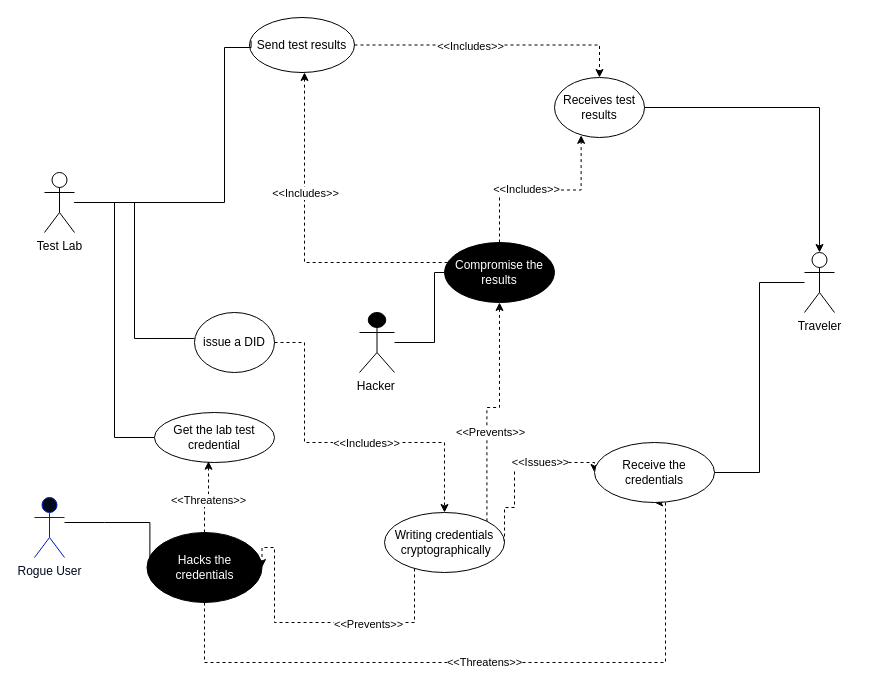
Earlier version of the draw.io diagram Untitled Diagram.drawio (danielmulangu/Equation). Source tidied: cells renumbered, new cells numbered last; positions are measured from the earlier drawing's top-left corner, leaving out a move shared by most shapes. Both pictures are drawn from the tidied source at 100%, with x=0, y=0 at pixel (34, 17).
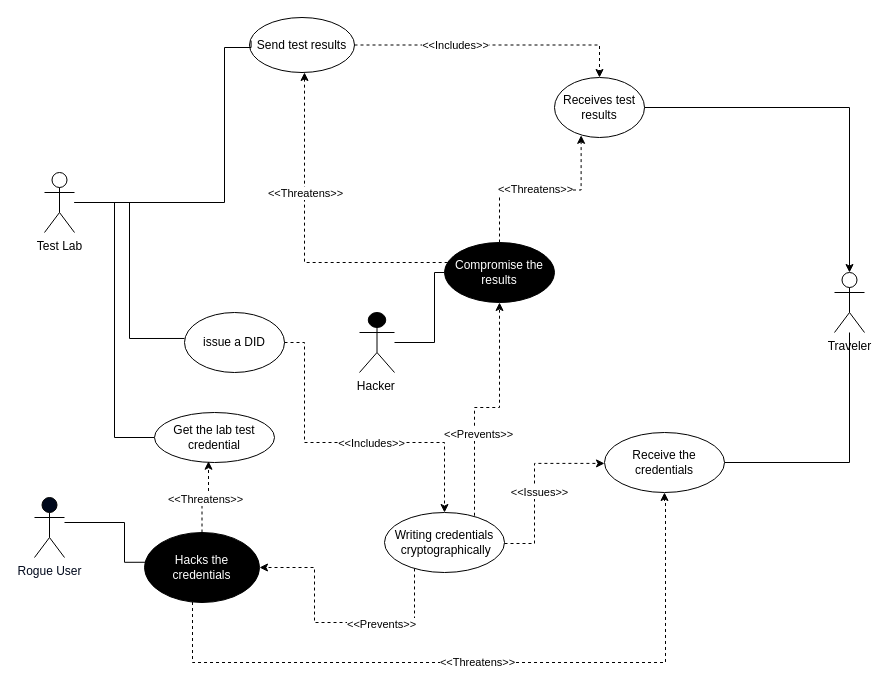
Above is the later version.

The change refers to these unchanged cells:
```xml
<mxCell id="13" value="Writing credentials &amp;nbsp;cryptographically" style="ellipse;whiteSpace=wrap;html=1;" parent="1" vertex="1">
  <mxGeometry x="350" y="495" width="120" height="60" as="geometry" />
</mxCell>
<mxCell id="27" style="edgeStyle=orthogonalEdgeStyle;rounded=0;jettySize=auto;html=1;exitX=1;exitY=0.5;exitDx=0;exitDy=0;dashed=1;" parent="1" edge="1" source="29" target="15">
  <mxGeometry relative="1" as="geometry" />
</mxCell>
<mxCell id="34" style="edgeStyle=orthogonalEdgeStyle;rounded=0;jettySize=auto;html=1;dashed=1;" parent="1" edge="1" source="36" target="29">
  <mxGeometry relative="1" as="geometry">
    <Array as="points">
      <mxPoint x="270" y="245" />
    </Array>
  </mxGeometry>
</mxCell>
<mxCell id="36" value="&lt;font color=&quot;#ffffff&quot;&gt;Compromise the results&lt;/font&gt;" style="ellipse;whiteSpace=wrap;html=1;fillColor=#000000;" parent="1" vertex="1">
  <mxGeometry x="410" y="225" width="110" height="60" as="geometry" />
</mxCell>
<mxCell id="37" style="edgeStyle=orthogonalEdgeStyle;rounded=0;jettySize=auto;html=1;entryX=0.296;entryY=0.964;entryDx=0;entryDy=0;entryPerimeter=0;dashed=1;" parent="1" edge="1" source="36" target="15">
  <mxGeometry relative="1" as="geometry" />
</mxCell>
```

Diff of the diagram source:
```diff
@@
     <mxCell id="4" value="issue a DID" style="ellipse;whiteSpace=wrap;html=1;" parent="1" vertex="1">
-      <mxGeometry x="160" y="295" width="80" height="60" as="geometry" />
+      <mxGeometry x="150" y="295" width="100" height="60" as="geometry" />
     </mxCell>
     <mxCell id="5" style="edgeStyle=orthogonalEdgeStyle;rounded=0;jettySize=auto;html=1;entryX=1;entryY=0.5;entryDx=0;entryDy=0;endArrow=none;endFill=0;" parent="1" edge="1" source="6" target="25">
-      <mxGeometry relative="1" as="geometry" />
+      <mxGeometry relative="1" as="geometry">
+        <Array as="points">
+          <mxPoint x="815" y="445" />
+        </Array>
+      </mxGeometry>
     </mxCell>
     <mxCell id="6" value="Traveler" style="shape=umlActor;verticalLabelPosition=bottom;verticalAlign=top;html=1;outlineConnect=0;" parent="1" vertex="1">
-      <mxGeometry x="770" y="235" width="30" height="60" as="geometry" />
+      <mxGeometry x="800" y="255" width="30" height="60" as="geometry" />
     </mxCell>
     <mxCell id="7" style="edgeStyle=orthogonalEdgeStyle;rounded=0;jettySize=auto;html=1;dashed=1;entryX=1;entryY=0.5;entryDx=0;entryDy=0;" parent="1" edge="1" source="13" target="22">
       <mxGeometry relative="1" as="geometry">
         <Array as="points">
           <mxPoint x="380" y="605" />
-          <mxPoint x="240" y="605" />
-          <mxPoint x="240" y="530" />
+          <mxPoint x="280" y="605" />
+          <mxPoint x="280" y="550" />
         </Array>
       </mxGeometry>
     </mxCell>
@@
-    <mxCell id="9" style="edgeStyle=orthogonalEdgeStyle;rounded=0;jettySize=auto;html=1;dashed=1;exitX=1;exitY=0.5;exitDx=0;exitDy=0;entryX=0;entryY=0.5;entryDx=0;entryDy=0;" parent="1" edge="1" source="13" target="25">
+    <mxCell id="9" style="edgeStyle=orthogonalEdgeStyle;rounded=0;orthogonalLoop=1;jettySize=auto;html=1;dashed=1;exitX=1;exitY=0.5;exitDx=0;exitDy=0;entryX=0;entryY=0.5;entryDx=0;entryDy=0;" parent="1" edge="1">
       <mxGeometry relative="1" as="geometry">
+        <mxPoint x="470" y="526" as="sourcePoint" />
+        <mxPoint x="570" y="445.9" as="targetPoint" />
         <Array as="points">
-          <mxPoint x="480" y="490" />
-          <mxPoint x="480" y="445" />
+          <mxPoint x="500" y="526" />
+          <mxPoint x="500" y="445.9" />
         </Array>
       </mxGeometry>
     </mxCell>
     <mxCell id="10" value="&amp;lt;&amp;lt;Issues&amp;gt;&amp;gt;" style="edgeLabel;html=1;align=center;verticalAlign=middle;" parent="9" vertex="1">
-      <mxGeometry x="0.28" y="1" relative="1" as="geometry" />
+      <mxGeometry x="0.28" y="1" relative="1" as="geometry">
+        <mxPoint y="30" as="offset" />
+      </mxGeometry>
     </mxCell>
     <mxCell id="11" style="edgeStyle=orthogonalEdgeStyle;rounded=0;jettySize=auto;html=1;exitX=1;exitY=0;exitDx=0;exitDy=0;entryX=0.5;entryY=1;entryDx=0;entryDy=0;dashed=1;" parent="1" edge="1" source="13" target="36">
-      <mxGeometry relative="1" as="geometry" />
+      <mxGeometry relative="1" as="geometry">
+        <Array as="points">
+          <mxPoint x="440" y="504" />
+          <mxPoint x="440" y="390" />
+          <mxPoint x="465" y="390" />
+        </Array>
+      </mxGeometry>
     </mxCell>
@@
-    <mxCell id="16" value="&lt;font color=&quot;#00091c&quot;&gt;Rogue User&lt;/font&gt;" style="shape=umlActor;verticalLabelPosition=bottom;verticalAlign=top;html=1;outlineConnect=0;fillColor=#00091C;fontColor=#ffffff;strokeColor=#001db7;" parent="1" vertex="1">
+    <mxCell id="16" value="&lt;font color=&quot;#00091c&quot;&gt;Rogue User&lt;/font&gt;" style="shape=umlActor;verticalLabelPosition=bottom;verticalAlign=top;html=1;outlineConnect=0;fillColor=#00091C;fontColor=#ffffff;strokeColor=#000000;" parent="1" vertex="1">
       <mxGeometry y="480" width="30" height="60" as="geometry" />
     </mxCell>
     <mxCell id="17" style="edgeStyle=orthogonalEdgeStyle;rounded=0;jettySize=auto;html=1;entryX=0.025;entryY=0.425;entryDx=0;entryDy=0;entryPerimeter=0;endArrow=none;endFill=0;" parent="1" edge="1" source="16" target="22">
       <mxGeometry relative="1" as="geometry">
         <Array as="points">
-          <mxPoint x="70" y="505" />
-          <mxPoint x="70" y="505" />
+          <mxPoint x="90" y="505" />
+          <mxPoint x="90" y="545" />
         </Array>
       </mxGeometry>
     </mxCell>
@@
     <mxCell id="20" style="edgeStyle=orthogonalEdgeStyle;rounded=0;jettySize=auto;html=1;entryX=0.5;entryY=1;entryDx=0;entryDy=0;dashed=1;" parent="1" edge="1" source="22" target="25">
       <mxGeometry relative="1" as="geometry">
         <Array as="points">
-          <mxPoint x="293" y="645" />
+          <mxPoint x="158" y="645" />
           <mxPoint x="631" y="645" />
           <mxPoint x="631" y="485" />
-          <mxPoint x="630" y="485" />
         </Array>
       </mxGeometry>
     </mxCell>
@@
     <mxCell id="22" value="&lt;font color=&quot;#ffffff&quot;&gt;Hacks the credentials&lt;/font&gt;" style="ellipse;whiteSpace=wrap;html=1;fillColor=#000000;" parent="1" vertex="1">
-      <mxGeometry x="112.5" y="515" width="115" height="70" as="geometry" />
+      <mxGeometry x="110" y="515" width="115" height="70" as="geometry" />
     </mxCell>
@@
     <mxCell id="25" value="Receive the credentials" style="ellipse;whiteSpace=wrap;html=1;" parent="1" vertex="1">
-      <mxGeometry x="560" y="425" width="120" height="60" as="geometry" />
+      <mxGeometry x="570" y="415" width="120" height="60" as="geometry" />
     </mxCell>
@@
     <mxCell id="28" value="&amp;lt;&amp;lt;Includes&amp;gt;&amp;gt;" style="edgeLabel;html=1;align=center;verticalAlign=middle;" parent="27" vertex="1">
-      <mxGeometry x="-0.17" y="-1" relative="1" as="geometry" />
+      <mxGeometry x="-0.17" y="-1" relative="1" as="geometry">
+        <mxPoint x="-15" y="-1" as="offset" />
+      </mxGeometry>
     </mxCell>
@@
-    <mxCell id="35" value="&amp;lt;&amp;lt;Includes&amp;gt;&amp;gt;" style="edgeLabel;html=1;align=center;verticalAlign=middle;" parent="34" vertex="1">
+    <mxCell id="35" value="&amp;lt;&amp;lt;Threatens&amp;gt;&amp;gt;" style="edgeLabel;html=1;align=center;verticalAlign=middle;" parent="34" vertex="1">
       <mxGeometry x="0.28" relative="1" as="geometry" />
     </mxCell>
@@
-    <mxCell id="38" value="&amp;lt;&amp;lt;Includes&amp;gt;&amp;gt;" style="edgeLabel;html=1;align=center;verticalAlign=middle;" parent="37" vertex="1">
-      <mxGeometry x="-0.16" y="1" relative="1" as="geometry" />
+    <mxCell id="38" value="&amp;lt;&amp;lt;Threatens&amp;gt;&amp;gt;" style="edgeLabel;html=1;align=center;verticalAlign=middle;" parent="37" vertex="1">
+      <mxGeometry x="-0.16" y="1" relative="1" as="geometry">
+        <mxPoint x="9" as="offset" />
+      </mxGeometry>
     </mxCell>
```
